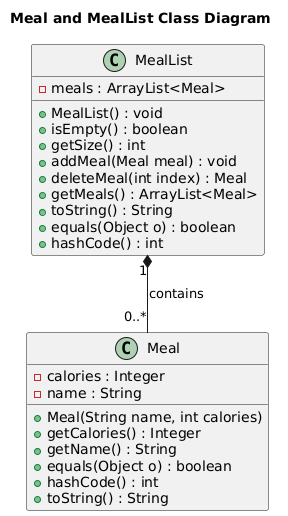
nus-cs2113-AY2425S1/tp keeps this PlantUML diagram as docs/images/mealAndMealListClassDiagrams.png. Above is the earlier version. The source it was exported from:
```plantuml
@startuml
title Meal and MealList Class Diagram

class Meal {
    - calories : Integer
    - name : String
    + Meal(String name, int calories)
    + getCalories() : Integer
    + getName() : String
    + equals(Object o) : boolean
    + hashCode() : int
    + toString() : String
}

class MealList {
    - meals : ArrayList<Meal>
    + MealList() : void
    + isEmpty() : boolean
    + getSize() : int
    + addMeal(Meal meal) : void
    + deleteMeal(int index) : Meal
    + getMeals() : ArrayList<Meal>
    + toString() : String
    + equals(Object o) : boolean
    + hashCode() : int
}

MealList "1" *-- "0..*" Meal : contains
@enduml
```
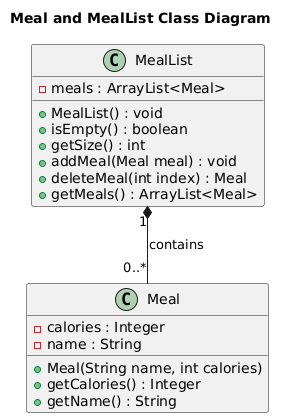
After the change.

Commit message:
Added Meal component to the DG

Diff of the diagram source:
```diff
@@ -7,9 +7,6 @@
     + Meal(String name, int calories)
     + getCalories() : Integer
     + getName() : String
-    + equals(Object o) : boolean
-    + hashCode() : int
-    + toString() : String
 }
 
 class MealList {
@@ -20,9 +17,6 @@
     + addMeal(Meal meal) : void
     + deleteMeal(int index) : Meal
     + getMeals() : ArrayList<Meal>
-    + toString() : String
-    + equals(Object o) : boolean
-    + hashCode() : int
 }
 
 MealList "1" *-- "0..*" Meal : contains
```
